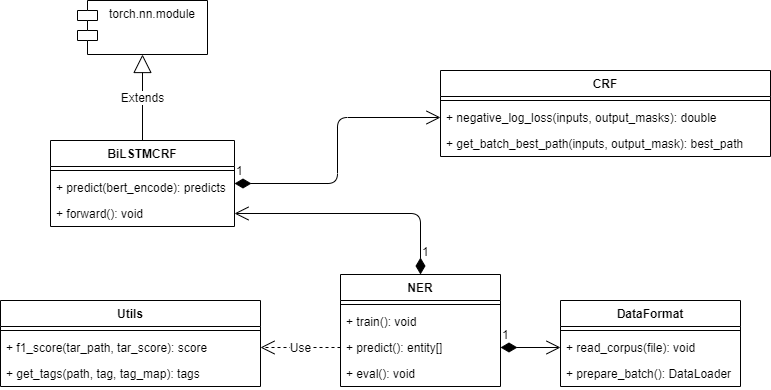
Earlier version of the draw.io export docs/detail_design/image/NER.png (XLab-Tongji/TunnelKG). Source tidied: cells renumbered, new cells last; positions are measured from the earlier drawing's top-left corner, leaving out a move shared by most shapes.
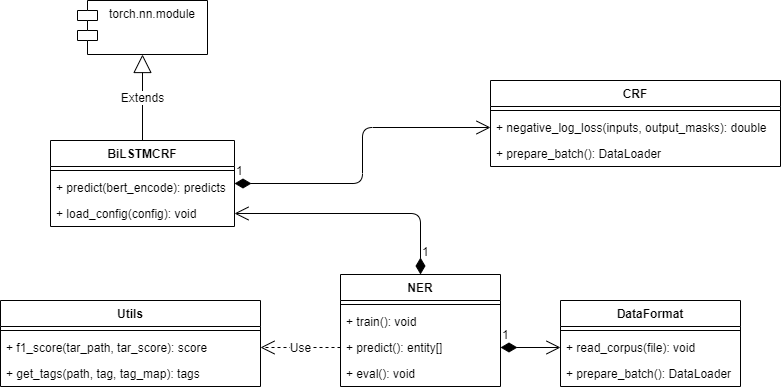
The same diagram one commit later.

Commit message:
fix image path problem in detail design

Change to the diagram source:
```diff
@@ -68,20 +68,20 @@
     <mxCell id="23" value="+ predict(bert_encode): predicts&#10;" style="text;strokeColor=none;fillColor=none;align=left;verticalAlign=top;spacingLeft=4;spacingRight=4;overflow=hidden;" parent="21" vertex="1">
       <mxGeometry y="34" width="184" height="26" as="geometry" />
     </mxCell>
-    <mxCell id="24" value="+ forward(): void&#10;" style="text;strokeColor=none;fillColor=none;align=left;verticalAlign=top;spacingLeft=4;spacingRight=4;overflow=hidden;points=[[0,0.5],[1,0.5]];portConstraint=eastwest;" parent="21" vertex="1">
+    <mxCell id="24" value="+ load_config(config): void&#10;" style="text;strokeColor=none;fillColor=none;align=left;verticalAlign=top;spacingLeft=4;spacingRight=4;overflow=hidden;points=[[0,0.5],[1,0.5]];portConstraint=eastwest;" parent="21" vertex="1">
       <mxGeometry y="60" width="184" height="26" as="geometry" />
     </mxCell>
     <mxCell id="25" value="CRF" style="swimlane;fontStyle=1;align=center;verticalAlign=top;horizontal=1;startSize=26;" parent="1" vertex="1">
-      <mxGeometry x="440" y="70" width="330" height="86" as="geometry" />
+      <mxGeometry x="490" y="80" width="290" height="86" as="geometry" />
     </mxCell>
     <mxCell id="26" style="line;strokeWidth=1;fillColor=none;align=left;verticalAlign=middle;spacingTop=-1;spacingLeft=3;spacingRight=3;labelPosition=right;" parent="25" vertex="1">
-      <mxGeometry y="26" width="330" height="8" as="geometry" />
+      <mxGeometry y="26" width="290" height="8" as="geometry" />
     </mxCell>
     <mxCell id="27" value="+ negative_log_loss(inputs, output_masks): double&#10;" style="text;strokeColor=none;fillColor=none;align=left;verticalAlign=top;spacingLeft=4;spacingRight=4;overflow=hidden;points=[[0,0.5],[1,0.5]];portConstraint=eastwest;" parent="25" vertex="1">
-      <mxGeometry y="34" width="330" height="26" as="geometry" />
+      <mxGeometry y="34" width="290" height="26" as="geometry" />
     </mxCell>
-    <mxCell id="28" value="+ get_batch_best_path(inputs, output_mask): best_path" style="text;strokeColor=none;fillColor=none;align=left;verticalAlign=top;spacingLeft=4;spacingRight=4;overflow=hidden;" parent="25" vertex="1">
-      <mxGeometry y="60" width="330" height="26" as="geometry" />
+    <mxCell id="28" value="+ prepare_batch(): DataLoader" style="text;strokeColor=none;fillColor=none;align=left;verticalAlign=top;spacingLeft=4;spacingRight=4;overflow=hidden;" parent="25" vertex="1">
+      <mxGeometry y="60" width="290" height="26" as="geometry" />
     </mxCell>
   </root>
 </mxGraphModel>
```
